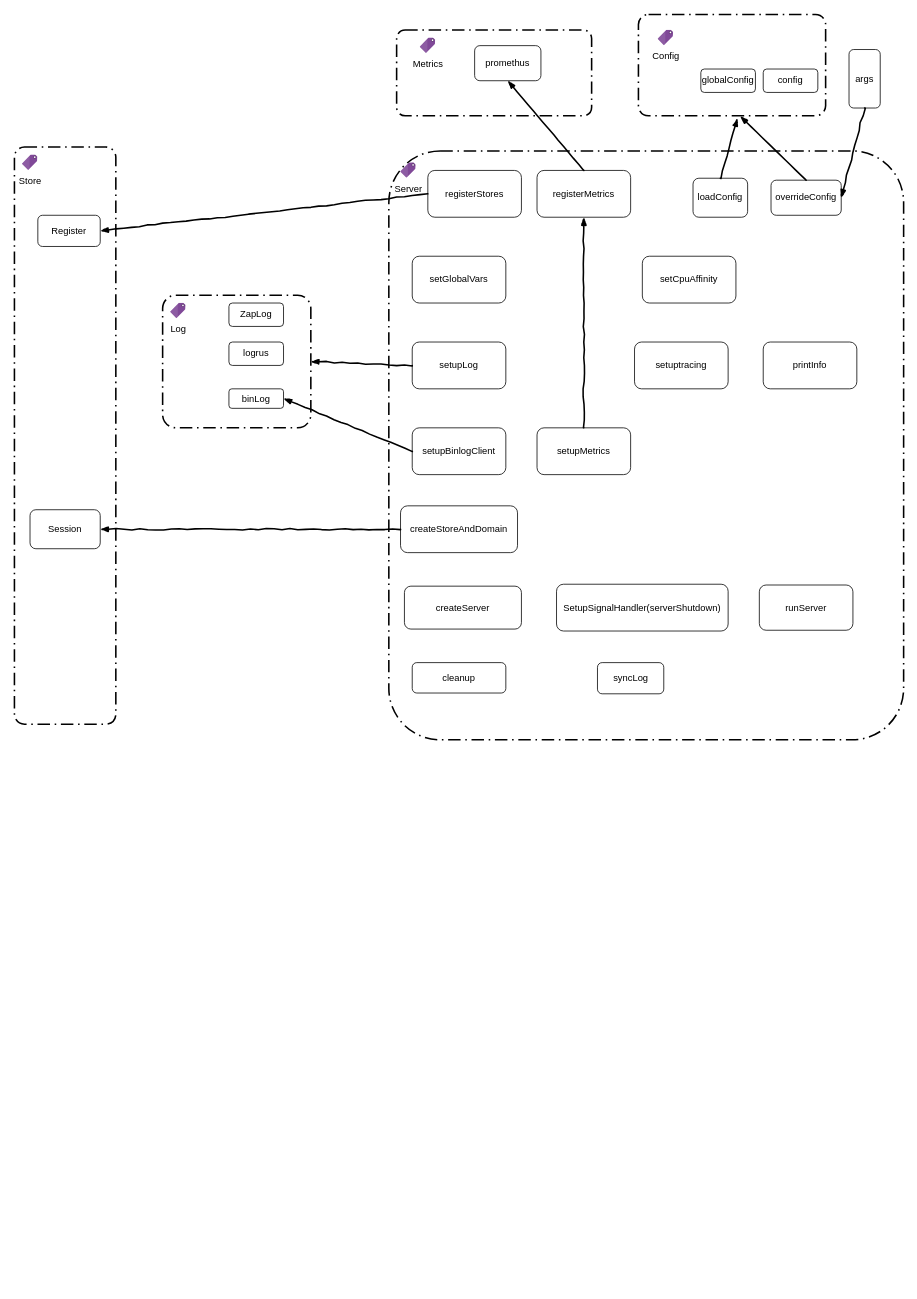
Earlier version of the draw.io diagram tidb-structure.drawio (ReigenAraka/images). Source tidied: cells renumbered, new cells numbered last; positions are measured from the earlier drawing's top-left corner, leaving out a move shared by most shapes. Both pictures are drawn from the tidied source at 78%, with x=0, y=0 at pixel (14, 14).
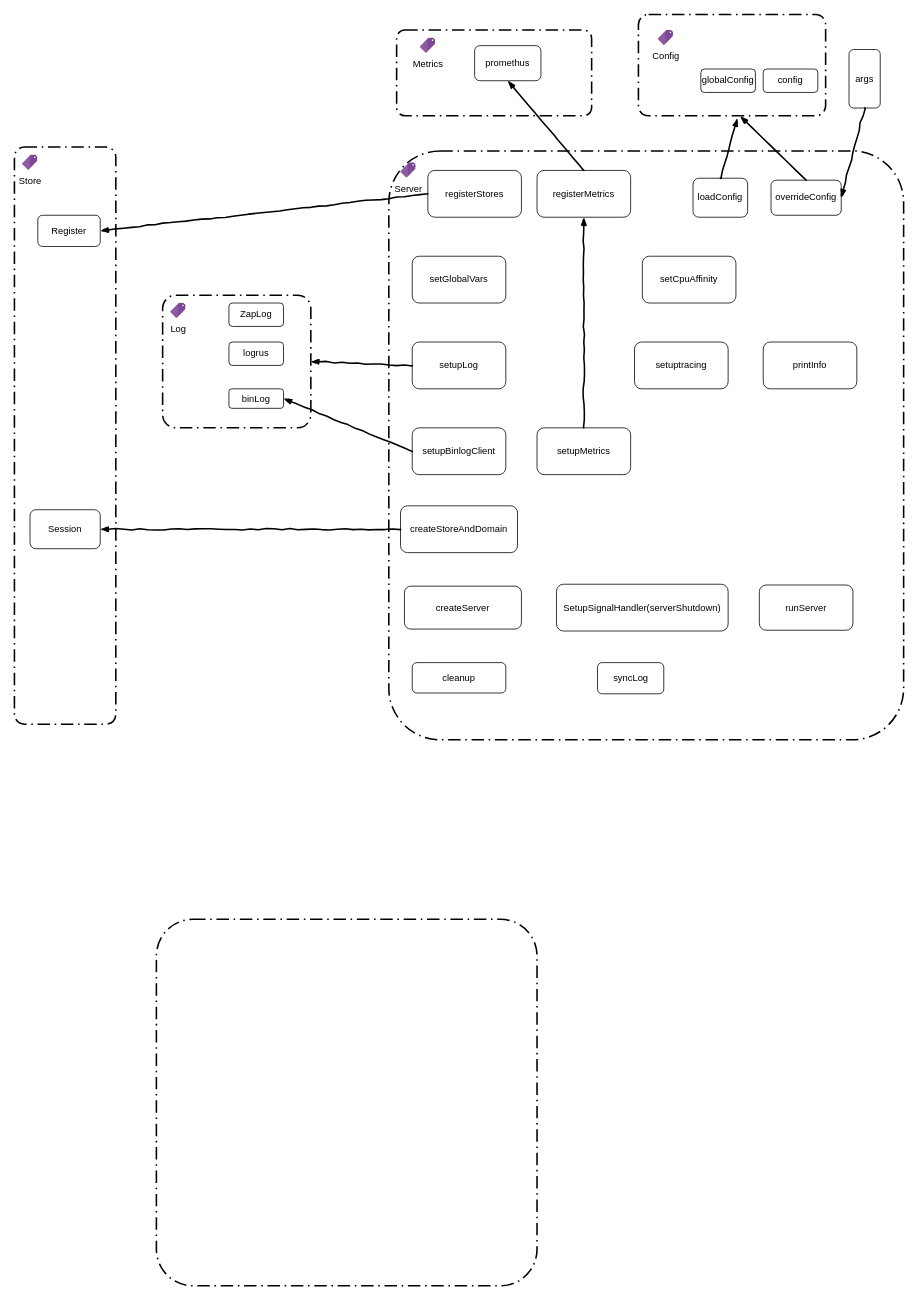
The same diagram, later.

The edit, as a diff of the source:
```diff
@@
+    <mxCell id="47" style="rounded=1;arcSize=10;dashed=1;fillColor=none;gradientColor=none;dashPattern=8 3 1 3;strokeWidth=2;" parent="1" vertex="1">
+      <mxGeometry x="182" y="1160" width="488" height="470" as="geometry" />
+    </mxCell>
```
